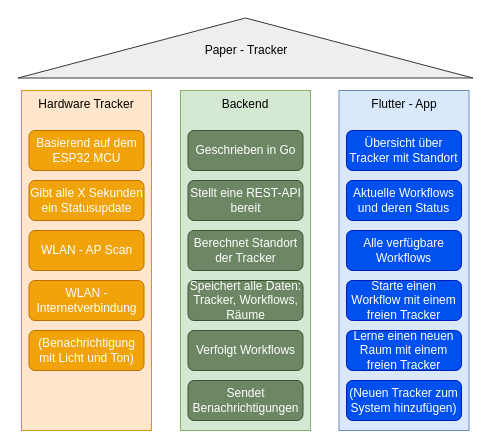
glidingthroughspace/paper-tracker keeps this draw.io diagram as paper/images/architecture.drawio. Above is the earlier version. Source tidied: cells renumbered, new cells numbered last; positions are measured from the earlier drawing's top-left corner, leaving out a move shared by most shapes. Both pictures are drawn from the tidied source at 100%, with x=0, y=0 at pixel (21, -180).
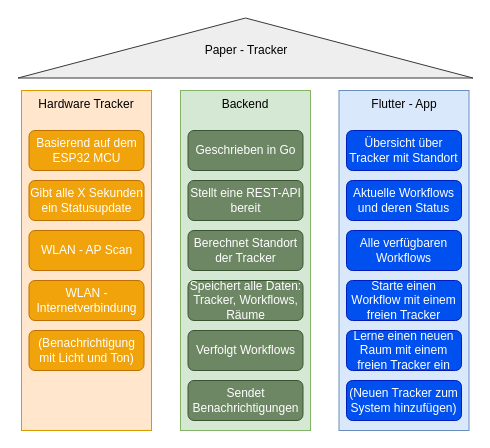
The same diagram, later.

Unchanged cells that the change refers to:
```xml
<mxCell id="17" style="group;" parent="1" vertex="1">
  <mxGeometry x="317.5" y="270" width="130" height="340" as="geometry" />
</mxCell>
```

The edit, as a diff of the source:
```diff
@@
-    <mxCell id="21" value="Alle verfügbare Workflows" style="rounded=1;whiteSpace=wrap;html=1;fillColor=#0050ef;strokeColor=#001DBC;fontColor=#ffffff;" parent="17" vertex="1">
+    <mxCell id="21" value="Alle verfügbaren Workflows" style="rounded=1;whiteSpace=wrap;html=1;fillColor=#0050ef;strokeColor=#001DBC;fontColor=#ffffff;" parent="17" vertex="1">
       <mxGeometry x="7.5" y="140" width="115" height="40" as="geometry" />
     </mxCell>
@@
-    <mxCell id="23" value="Lerne einen neuen Raum mit einem freien Tracker" style="rounded=1;whiteSpace=wrap;html=1;fillColor=#0050ef;strokeColor=#001DBC;fontColor=#ffffff;" parent="17" vertex="1">
+    <mxCell id="23" value="Lerne einen neuen Raum mit einem freien Tracker ein" style="rounded=1;whiteSpace=wrap;html=1;fillColor=#0050ef;strokeColor=#001DBC;fontColor=#ffffff;" parent="17" vertex="1">
       <mxGeometry x="7.5" y="240" width="115" height="40" as="geometry" />
     </mxCell>
```
